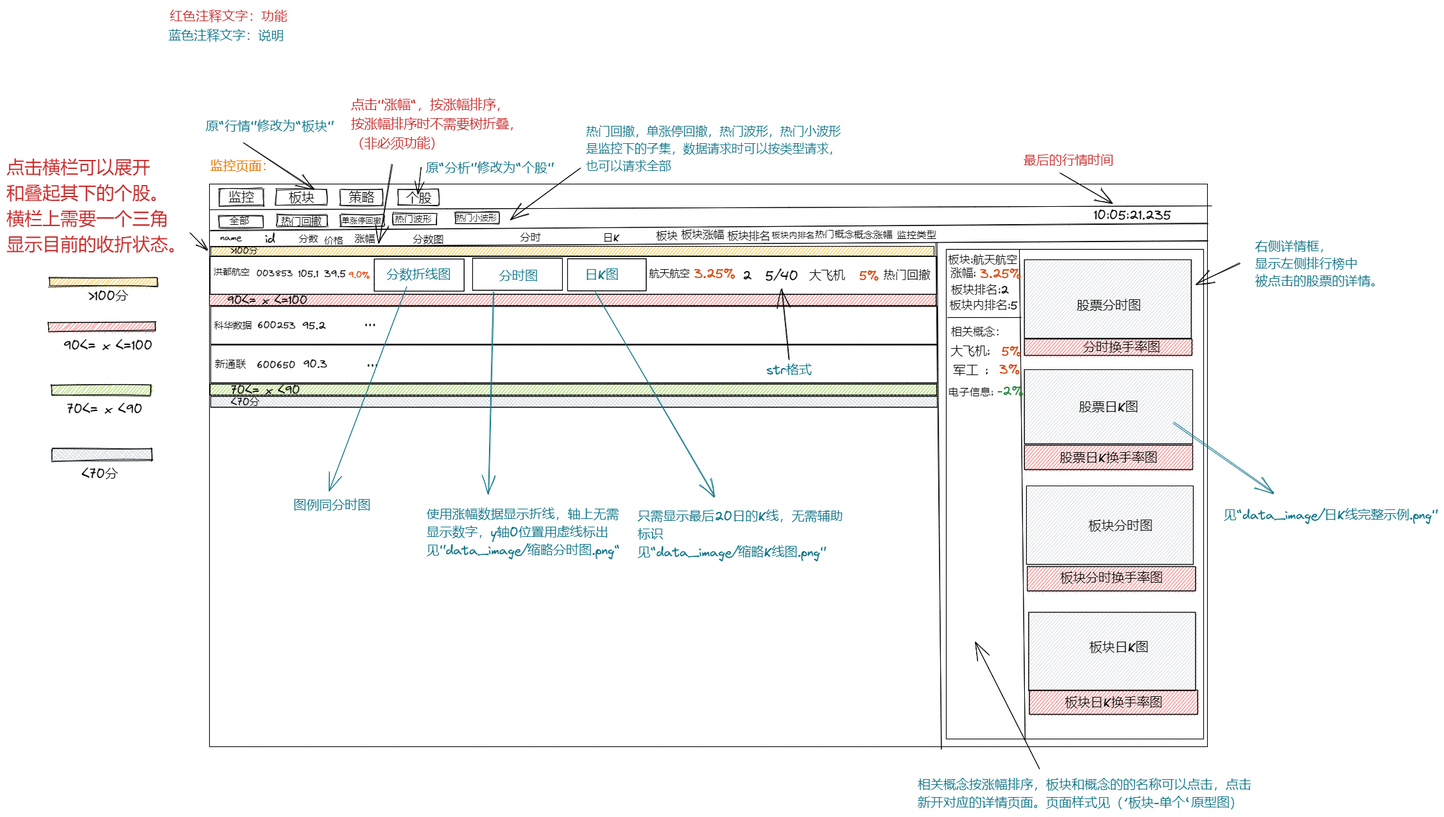
Earlier version of the Excalidraw export data_image/原型图(主页面).png (robin-phoe/stock_web). Source tidied: one line per element, renumbered; positions are measured from the earlier drawing's top-left corner, leaving out a move shared by most shapes.
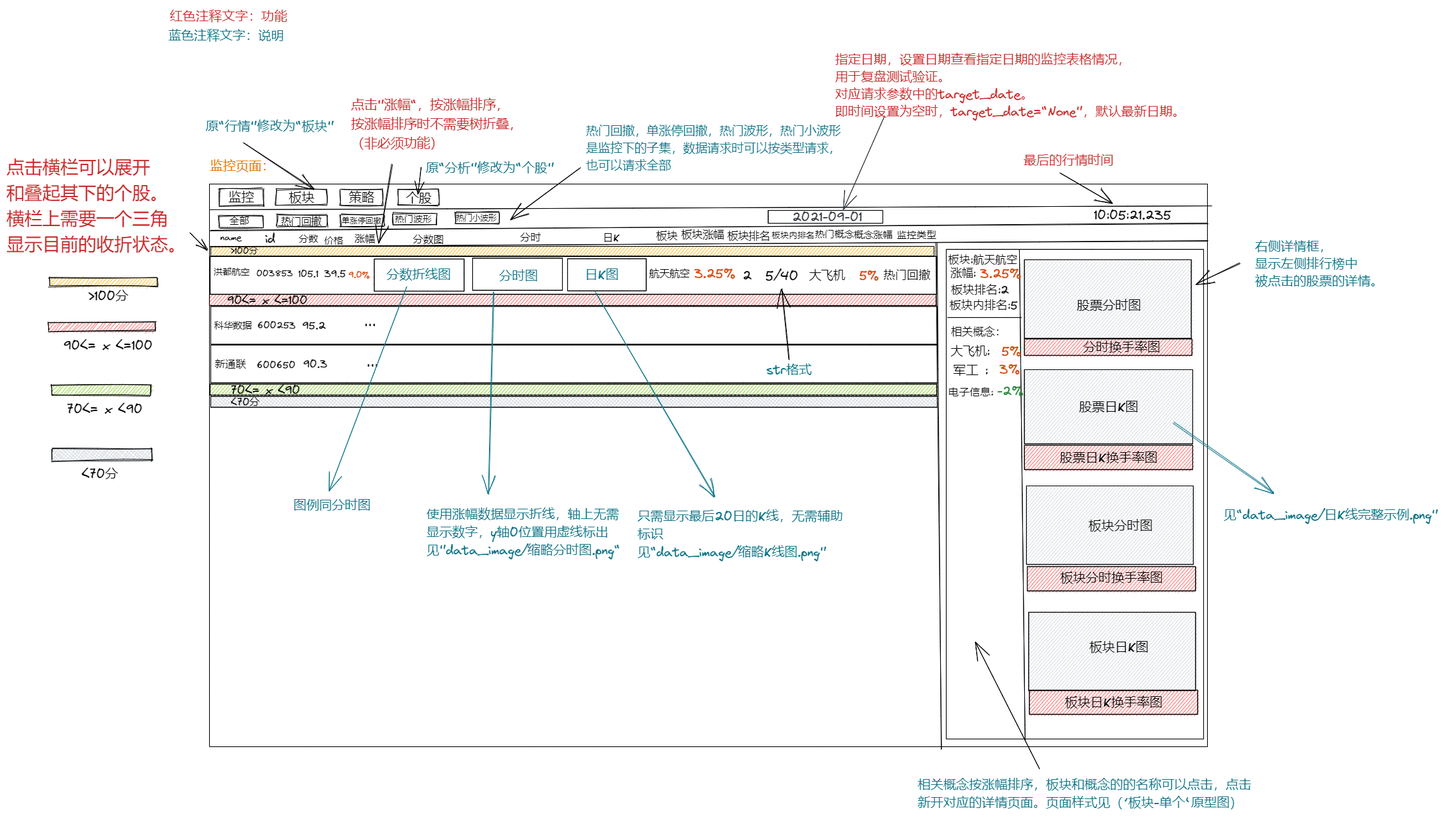
Above is the later version.

Commit message:
增加target_date日期设定

Diff of the diagram source:
```diff
@@ -118,7 +118,7 @@
 {"id": 117, "type": "text", "text": "70<= x <90", "strokeColor": "#000000", "strokeWidth": 1, "roughness": 1, "fontSize": 18.3, "fontFamily": 1, "x": 350, "y": 587, "width": 108, "height": 23}
 {"id": 118, "type": "text", "text": "<70分", "strokeColor": "#000000", "strokeWidth": 1, "roughness": 1, "fontSize": 15.89, "fontFamily": 1, "x": 350, "y": 604, "width": 45, "height": 23}
 {"id": 119, "type": "arrow", "strokeColor": "#000000", "strokeWidth": 1, "roughness": 1, "endArrowhead": "arrow", "from": 120, "x": 895, "y": 252, "width": 107, "height": 79, "points": [[0, 0], [-107, 79]]}
-{"id": 120, "type": "text", "text": "热门回撤，单涨停回撤，热门波形，热门小波形\n是监控下的子集，数据请求时可以按类型请求，\n也可以请求全部", "strokeColor": "#0b7285", "strokeWidth": 1, "roughness": 1, "fontSize": 18.9, "fontFamily": 1, "x": 903, "y": 180, "width": 397, "height": 81}
+{"id": 120, "type": "text", "text": "热门回撤，单涨停回撤，热门波形，热门小波形\n是监控下的子集，数据请求时可以按类型请求，\n也可以请求全部", "strokeColor": "#0b7285", "strokeWidth": 1, "roughness": 1, "fontSize": 18.9, "fontFamily": 1, "x": 903, "y": 179, "width": 397, "height": 81}
 {"id": 121, "type": "text", "text": "板块内排名", "strokeColor": "#000000", "strokeWidth": 1, "roughness": 1, "fontSize": 13.38, "fontFamily": 1, "x": 1193, "y": 346, "width": 66, "height": 20}
 {"id": 122, "type": "text", "text": "5/40", "strokeColor": "#000000", "strokeWidth": 1, "roughness": 1, "fontSize": 21.04, "fontFamily": 1, "x": 1182, "y": 408, "width": 52, "height": 26}
 {"id": 123, "type": "arrow", "strokeColor": "#000000", "strokeWidth": 1, "roughness": 1, "endArrowhead": "arrow", "from": 124, "to": 45, "x": 602, "y": 246, "width": 22, "height": 122, "points": [[0, 0], [-22, 122]]}
@@ -142,3 +142,7 @@
 {"id": 141, "type": "text", "text": "分数折线图", "strokeColor": "#0b7285", "strokeWidth": 1, "roughness": 0, "fontSize": 20, "fontFamily": 1, "textAlign": "center", "verticalAlign": "middle", "x": 592, "y": 403, "width": 100, "height": 28}
 {"id": 142, "type": "arrow", "strokeColor": "#0b7285", "strokeWidth": 1, "roughness": 0, "endArrowhead": "arrow", "from": 141, "to": 143, "x": 624, "y": 436, "width": 121, "height": 318, "points": [[0, 0], [-121, 318]]}
 {"id": 143, "type": "text", "text": "图例同分时图", "strokeColor": "#0b7285", "strokeWidth": 1, "roughness": 0, "fontSize": 20, "fontFamily": 1, "x": 447, "y": 762, "width": 120, "height": 28}
+{"id": 144, "type": "rectangle", "strokeColor": "#000000", "strokeWidth": 1, "roughness": 0, "x": 1187, "y": 318, "width": 179, "height": 20}
+{"id": 145, "type": "text", "text": "2021-09-01", "strokeColor": "#343a40", "strokeWidth": 1, "roughness": 0, "fontSize": 20, "fontFamily": 1, "x": 1224, "y": 316, "width": 109, "height": 25}
+{"id": 146, "type": "arrow", "strokeColor": "#343a40", "strokeWidth": 1, "roughness": 0, "endArrowhead": "arrow", "to": 144, "x": 1368, "y": 170, "width": 64, "height": 146, "points": [[0, 0], [-64, 146]]}
+{"id": 147, "type": "text", "text": "指定日期，设置日期查看指定日期的监控表格情况，\n用于复盘测试验证。\n对应请求参数中的target_date。\n即时间设置为空时，target_date=“None”，默认最新日期。\n\n", "strokeColor": "#c92a2a", "strokeWidth": 1, "roughness": 0, "fontSize": 20, "fontFamily": 1, "x": 1291, "y": 69, "width": 546, "height": 162}
```
